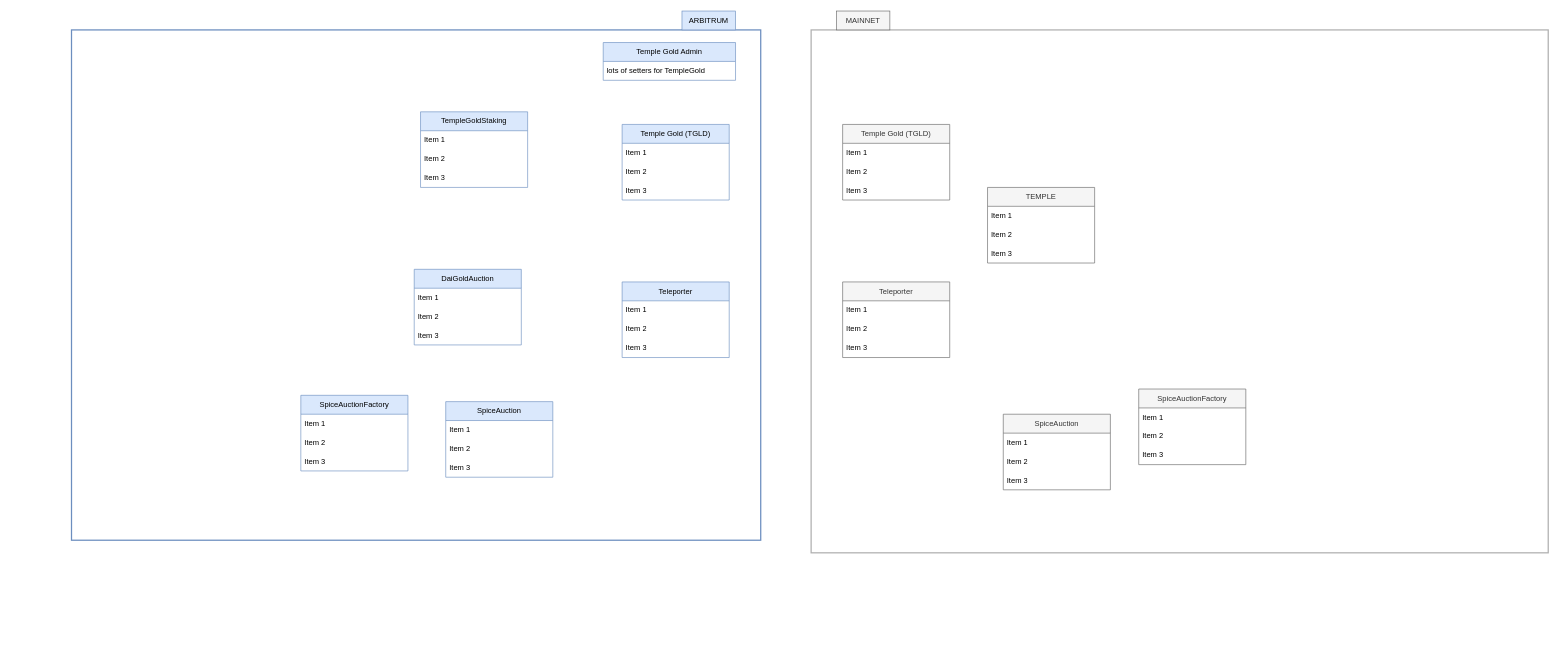
Before: solo/resources/diagrams/temple-gold.drawio in JacoboLansac/audits, a draw.io diagram. Source tidied: cells renumbered, new cells numbered last; positions are measured from the earlier drawing's top-left corner, leaving out a move shared by most shapes. Both pictures are drawn from the tidied source at 63%, with x=0, y=0 at pixel (71, 11).
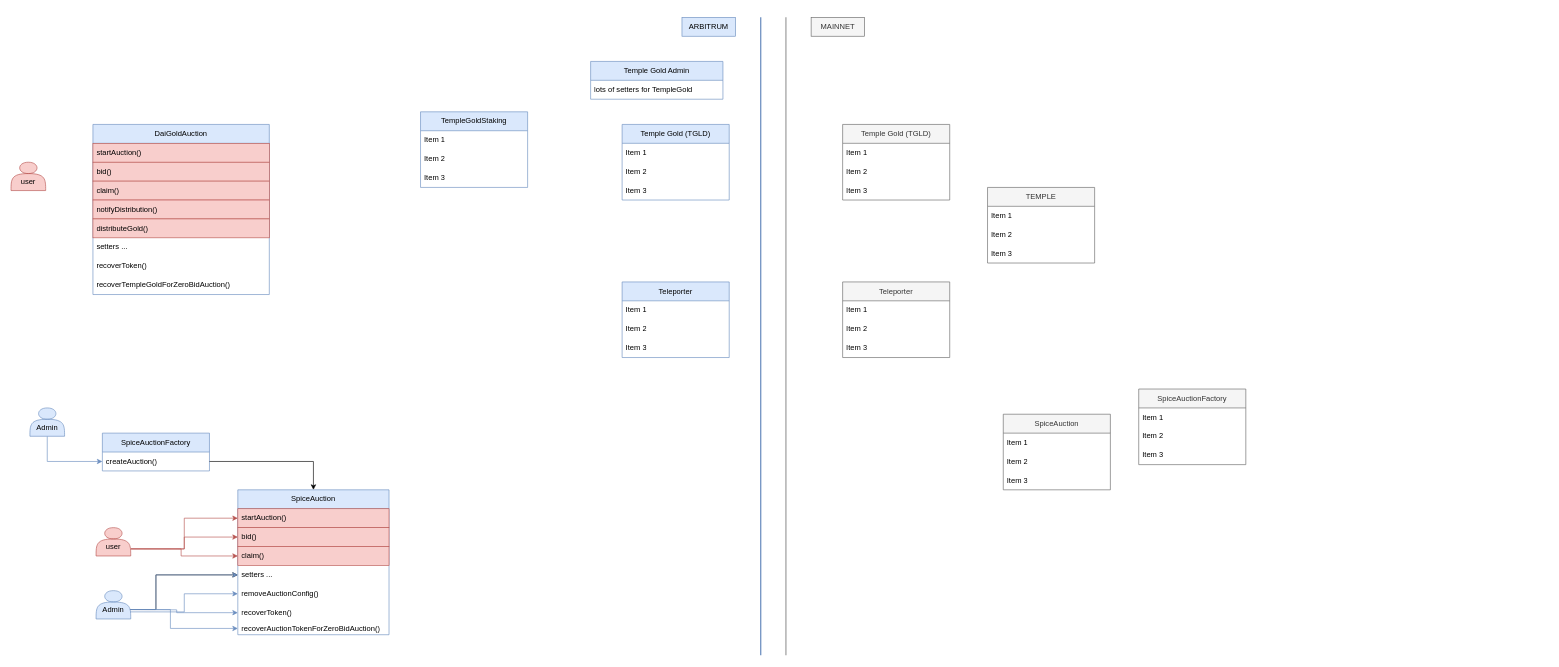
The same page after the edit.

What changed in the source:
```diff
@@
-    <mxCell id="2" style="rounded=0;whiteSpace=wrap;html=1;fillColor=none;strokeColor=#b0b0b0;fontColor=#333333;strokeWidth=2;" parent="1" vertex="1">
-      <mxGeometry x="1174" y="30" width="1170" height="830" as="geometry" />
-    </mxCell>
-    <mxCell id="3" style="rounded=0;whiteSpace=wrap;html=1;fillColor=none;strokeColor=#6c8ebf;strokeWidth=2;" parent="1" vertex="1">
-      <mxGeometry y="30" width="1094" height="810" as="geometry" />
-    </mxCell>
@@
     <mxCell id="12" value="ARBITRUM" style="text;html=1;align=center;verticalAlign=middle;whiteSpace=wrap;rounded=0;fillColor=#dae8fc;strokeColor=#6c8ebf;" parent="1" vertex="1">
-      <mxGeometry x="969" width="85" height="30" as="geometry" />
+      <mxGeometry x="969" y="10" width="85" height="30" as="geometry" />
     </mxCell>
     <mxCell id="13" value="MAINNET" style="text;html=1;align=center;verticalAlign=middle;whiteSpace=wrap;rounded=0;fillColor=#f5f5f5;strokeColor=#666666;fontColor=#333333;" parent="1" vertex="1">
-      <mxGeometry x="1214" width="85" height="30" as="geometry" />
+      <mxGeometry x="1174" y="10" width="85" height="30" as="geometry" />
     </mxCell>
@@
     <mxCell id="26" value="Temple Gold Admin" style="swimlane;fontStyle=0;horizontal=1;startSize=30;whiteSpace=wrap;html=1;fillColor=#dae8fc;strokeColor=#6c8ebf;" parent="1" vertex="1">
-      <mxGeometry x="844" y="50" width="210" height="60" as="geometry" />
+      <mxGeometry x="824" y="80" width="210" height="60" as="geometry" />
     </mxCell>
@@
     <mxCell id="28" value="DaiGoldAuction" style="swimlane;fontStyle=0;horizontal=1;startSize=30;whiteSpace=wrap;html=1;fillColor=#dae8fc;strokeColor=#6c8ebf;" parent="1" vertex="1">
-      <mxGeometry x="544" y="410" width="170" height="120" as="geometry" />
+      <mxGeometry x="34" y="180" width="280" height="270" as="geometry" />
     </mxCell>
-    <mxCell id="29" value="Item 1" style="text;strokeColor=none;fillColor=none;align=left;verticalAlign=middle;spacingLeft=4;spacingRight=4;overflow=hidden;whiteSpace=wrap;html=1;" parent="28" vertex="1">
-      <mxGeometry y="30" width="170" height="30" as="geometry" />
-    </mxCell>
-    <mxCell id="30" value="Item 2" style="text;strokeColor=none;fillColor=none;align=left;verticalAlign=middle;spacingLeft=4;spacingRight=4;overflow=hidden;whiteSpace=wrap;html=1;" parent="28" vertex="1">
-      <mxGeometry y="60" width="170" height="30" as="geometry" />
+    <mxCell id="30" value="startAuction()" style="text;strokeColor=#b85450;fillColor=#f8cecc;align=left;verticalAlign=middle;spacingLeft=4;spacingRight=4;overflow=hidden;whiteSpace=wrap;html=1;" parent="28" vertex="1">
+      <mxGeometry y="30" width="280" height="30" as="geometry" />
     </mxCell>
-    <mxCell id="31" value="Item 3" style="text;strokeColor=none;fillColor=none;align=left;verticalAlign=middle;spacingLeft=4;spacingRight=4;overflow=hidden;whiteSpace=wrap;html=1;" parent="28" vertex="1">
-      <mxGeometry y="90" width="170" height="30" as="geometry" />
+    <mxCell id="31" value="bid()" style="text;strokeColor=#b85450;fillColor=#f8cecc;align=left;verticalAlign=middle;spacingLeft=4;spacingRight=4;overflow=hidden;whiteSpace=wrap;html=1;" parent="28" vertex="1">
+      <mxGeometry y="60" width="280" height="30" as="geometry" />
     </mxCell>
+    <mxCell id="52" value="claim()" style="text;strokeColor=#b85450;fillColor=#f8cecc;align=left;verticalAlign=middle;spacingLeft=4;spacingRight=4;overflow=hidden;whiteSpace=wrap;html=1;" parent="28" vertex="1">
+      <mxGeometry y="90" width="280" height="30" as="geometry" />
+    </mxCell>
+    <mxCell id="53" value="notifyDistribution()" style="text;strokeColor=#b85450;fillColor=#f8cecc;align=left;verticalAlign=middle;spacingLeft=4;spacingRight=4;overflow=hidden;whiteSpace=wrap;html=1;" parent="28" vertex="1">
+      <mxGeometry y="120" width="280" height="30" as="geometry" />
+    </mxCell>
+    <mxCell id="54" value="distributeGold()" style="text;strokeColor=#b85450;fillColor=#f8cecc;align=left;verticalAlign=middle;spacingLeft=4;spacingRight=4;overflow=hidden;whiteSpace=wrap;html=1;" parent="28" vertex="1">
+      <mxGeometry y="150" width="280" height="30" as="geometry" />
+    </mxCell>
+    <mxCell id="29" value="setters ..." style="text;strokeColor=none;fillColor=none;align=left;verticalAlign=middle;spacingLeft=4;spacingRight=4;overflow=hidden;whiteSpace=wrap;html=1;" parent="28" vertex="1">
+      <mxGeometry y="180" width="280" height="30" as="geometry" />
+    </mxCell>
+    <mxCell id="55" value="recoverToken()" style="text;strokeColor=none;fillColor=none;align=left;verticalAlign=middle;spacingLeft=4;spacingRight=4;overflow=hidden;whiteSpace=wrap;html=1;" parent="28" vertex="1">
+      <mxGeometry y="210" width="280" height="30" as="geometry" />
+    </mxCell>
+    <mxCell id="56" value="recoverTempleGoldForZeroBidAuction()" style="text;strokeColor=none;fillColor=none;align=left;verticalAlign=middle;spacingLeft=4;spacingRight=4;overflow=hidden;whiteSpace=wrap;html=1;" parent="28" vertex="1">
+      <mxGeometry y="240" width="280" height="30" as="geometry" />
+    </mxCell>
-    <mxCell id="32" value="SpiceAuction" style="swimlane;fontStyle=0;horizontal=1;startSize=30;whiteSpace=wrap;html=1;fillColor=#dae8fc;strokeColor=#6c8ebf;" parent="1" vertex="1">
-      <mxGeometry x="594" y="620" width="170" height="120" as="geometry" />
+    <mxCell id="32" value="SpiceAuctionFactory" style="swimlane;fontStyle=0;horizontal=1;startSize=30;whiteSpace=wrap;html=1;fillColor=#dae8fc;strokeColor=#6c8ebf;" parent="1" vertex="1">
+      <mxGeometry x="49" y="670" width="170" height="60" as="geometry" />
     </mxCell>
-    <mxCell id="33" value="Item 1" style="text;strokeColor=none;fillColor=none;align=left;verticalAlign=middle;spacingLeft=4;spacingRight=4;overflow=hidden;points=[[0,0.5],[1,0.5]];portConstraint=eastwest;whiteSpace=wrap;html=1;" parent="32" vertex="1">
+    <mxCell id="33" value="createAuction()" style="text;strokeColor=none;fillColor=none;align=left;verticalAlign=middle;spacingLeft=4;spacingRight=4;overflow=hidden;points=[[0,0.5],[1,0.5]];portConstraint=eastwest;whiteSpace=wrap;html=1;" parent="32" vertex="1">
       <mxGeometry y="30" width="170" height="30" as="geometry" />
     </mxCell>
-    <mxCell id="34" value="Item 2" style="text;strokeColor=none;fillColor=none;align=left;verticalAlign=middle;spacingLeft=4;spacingRight=4;overflow=hidden;whiteSpace=wrap;html=1;" parent="32" vertex="1">
-      <mxGeometry y="60" width="170" height="30" as="geometry" />
-    </mxCell>
-    <mxCell id="35" value="Item 3" style="text;strokeColor=none;fillColor=none;align=left;verticalAlign=middle;spacingLeft=4;spacingRight=4;overflow=hidden;whiteSpace=wrap;html=1;" parent="32" vertex="1">
-      <mxGeometry y="90" width="170" height="30" as="geometry" />
-    </mxCell>
-    <mxCell id="36" value="SpiceAuctionFactory" style="swimlane;fontStyle=0;horizontal=1;startSize=30;whiteSpace=wrap;html=1;fillColor=#dae8fc;strokeColor=#6c8ebf;" parent="1" vertex="1">
-      <mxGeometry x="364" y="610" width="170" height="120" as="geometry" />
+    <mxCell id="36" value="SpiceAuction" style="swimlane;fontStyle=0;horizontal=1;startSize=30;whiteSpace=wrap;html=1;fillColor=#dae8fc;strokeColor=#6c8ebf;" parent="1" vertex="1">
+      <mxGeometry x="264" y="760" width="240" height="230" as="geometry" />
     </mxCell>
-    <mxCell id="37" value="Item 1" style="text;strokeColor=none;fillColor=none;align=left;verticalAlign=middle;spacingLeft=4;spacingRight=4;overflow=hidden;points=[[0,0.5],[1,0.5]];portConstraint=eastwest;whiteSpace=wrap;html=1;" parent="36" vertex="1">
-      <mxGeometry y="30" width="170" height="30" as="geometry" />
+    <mxCell id="37" value="startAuction()" style="text;strokeColor=#b85450;fillColor=#f8cecc;align=left;verticalAlign=middle;spacingLeft=4;spacingRight=4;overflow=hidden;points=[[0,0.5],[1,0.5]];portConstraint=eastwest;whiteSpace=wrap;html=1;" parent="36" vertex="1">
+      <mxGeometry y="30" width="240" height="30" as="geometry" />
     </mxCell>
-    <mxCell id="38" value="Item 2" style="text;strokeColor=none;fillColor=none;align=left;verticalAlign=middle;spacingLeft=4;spacingRight=4;overflow=hidden;points=[[0,0.5],[1,0.5]];portConstraint=eastwest;whiteSpace=wrap;html=1;" parent="36" vertex="1">
-      <mxGeometry y="60" width="170" height="30" as="geometry" />
+    <mxCell id="38" value="bid()" style="text;strokeColor=#b85450;fillColor=#f8cecc;align=left;verticalAlign=middle;spacingLeft=4;spacingRight=4;overflow=hidden;points=[[0,0.5],[1,0.5]];portConstraint=eastwest;whiteSpace=wrap;html=1;" parent="36" vertex="1">
+      <mxGeometry y="60" width="240" height="30" as="geometry" />
     </mxCell>
-    <mxCell id="39" value="Item 3" style="text;strokeColor=none;fillColor=none;align=left;verticalAlign=middle;spacingLeft=4;spacingRight=4;overflow=hidden;points=[[0,0.5],[1,0.5]];portConstraint=eastwest;whiteSpace=wrap;html=1;" parent="36" vertex="1">
-      <mxGeometry y="90" width="170" height="30" as="geometry" />
+    <mxCell id="39" value="claim()" style="text;strokeColor=#b85450;fillColor=#f8cecc;align=left;verticalAlign=middle;spacingLeft=4;spacingRight=4;overflow=hidden;points=[[0,0.5],[1,0.5]];portConstraint=eastwest;whiteSpace=wrap;html=1;" parent="36" vertex="1">
+      <mxGeometry y="90" width="240" height="30" as="geometry" />
     </mxCell>
+    <mxCell id="57" value="setters ..." style="text;strokeColor=none;fillColor=none;align=left;verticalAlign=middle;spacingLeft=4;spacingRight=4;overflow=hidden;points=[[0,0.5],[1,0.5]];portConstraint=eastwest;whiteSpace=wrap;html=1;" parent="36" vertex="1">
+      <mxGeometry y="120" width="240" height="30" as="geometry" />
+    </mxCell>
+    <mxCell id="58" value="removeAuctionConfig()" style="text;strokeColor=none;fillColor=none;align=left;verticalAlign=middle;spacingLeft=4;spacingRight=4;overflow=hidden;points=[[0,0.5],[1,0.5]];portConstraint=eastwest;whiteSpace=wrap;html=1;" parent="36" vertex="1">
+      <mxGeometry y="150" width="240" height="30" as="geometry" />
+    </mxCell>
+    <mxCell id="59" value="recoverToken()" style="text;strokeColor=none;fillColor=none;align=left;verticalAlign=middle;spacingLeft=4;spacingRight=4;overflow=hidden;points=[[0,0.5],[1,0.5]];portConstraint=eastwest;whiteSpace=wrap;html=1;" parent="36" vertex="1">
+      <mxGeometry y="180" width="240" height="30" as="geometry" />
+    </mxCell>
+    <mxCell id="60" value="recoverAuctionTokenForZeroBidAuction()" style="text;strokeColor=none;fillColor=none;align=left;verticalAlign=middle;spacingLeft=4;spacingRight=4;overflow=hidden;points=[[0,0.5],[1,0.5]];portConstraint=eastwest;whiteSpace=wrap;html=1;" parent="36" vertex="1">
+      <mxGeometry y="210" width="240" height="20" as="geometry" />
+    </mxCell>
@@
+    <mxCell id="61" style="edgeStyle=orthogonalEdgeStyle;rounded=0;jettySize=auto;html=1;exitX=0.5;exitY=0.5;exitDx=0;exitDy=0;exitPerimeter=0;entryX=0;entryY=0.5;entryDx=0;entryDy=0;" parent="1" edge="1" target="57">
+      <mxGeometry relative="1" as="geometry">
+        <mxPoint x="69" y="950" as="sourcePoint" />
+        <Array as="points">
+          <mxPoint x="134" y="950" />
+          <mxPoint x="134" y="895" />
+        </Array>
+      </mxGeometry>
+    </mxCell>
+    <mxCell id="62" style="edgeStyle=orthogonalEdgeStyle;rounded=0;jettySize=auto;html=1;exitX=1;exitY=0.75;exitDx=0;exitDy=0;fillColor=#dae8fc;strokeColor=#6c8ebf;" parent="1" edge="1" source="74" target="58">
+      <mxGeometry relative="1" as="geometry" />
+    </mxCell>
+    <mxCell id="63" style="edgeStyle=orthogonalEdgeStyle;rounded=0;jettySize=auto;html=1;exitX=0.5;exitY=0.5;exitDx=0;exitDy=0;exitPerimeter=0;entryX=0;entryY=0.5;entryDx=0;entryDy=0;fillColor=#dae8fc;strokeColor=#6c8ebf;" parent="1" edge="1" target="59">
+      <mxGeometry relative="1" as="geometry">
+        <mxPoint x="69" y="950" as="sourcePoint" />
+      </mxGeometry>
+    </mxCell>
+    <mxCell id="64" style="edgeStyle=orthogonalEdgeStyle;rounded=0;jettySize=auto;html=1;exitX=1;exitY=0.75;exitDx=0;exitDy=0;fillColor=#dae8fc;strokeColor=#6c8ebf;" parent="1" edge="1" source="74" target="60">
+      <mxGeometry relative="1" as="geometry">
+        <Array as="points">
+          <mxPoint x="49" y="950" />
+          <mxPoint x="157" y="950" />
+          <mxPoint x="157" y="980" />
+        </Array>
+      </mxGeometry>
+    </mxCell>
+    <mxCell id="65" style="edgeStyle=orthogonalEdgeStyle;rounded=0;jettySize=auto;html=1;exitX=1;exitY=0.75;exitDx=0;exitDy=0;fillColor=#f8cecc;strokeColor=#b85450;" parent="1" edge="1" source="75" target="37">
+      <mxGeometry relative="1" as="geometry" />
+    </mxCell>
+    <mxCell id="66" style="edgeStyle=orthogonalEdgeStyle;rounded=0;jettySize=auto;html=1;exitX=1;exitY=0.75;exitDx=0;exitDy=0;entryX=0;entryY=0.5;entryDx=0;entryDy=0;fillColor=#f8cecc;strokeColor=#b85450;" parent="1" edge="1" source="75" target="38">
+      <mxGeometry relative="1" as="geometry" />
+    </mxCell>
+    <mxCell id="67" style="edgeStyle=orthogonalEdgeStyle;rounded=0;jettySize=auto;html=1;exitX=1;exitY=0.75;exitDx=0;exitDy=0;entryX=0;entryY=0.5;entryDx=0;entryDy=0;fillColor=#f8cecc;strokeColor=#b85450;" parent="1" edge="1" source="75" target="39">
+      <mxGeometry relative="1" as="geometry">
+        <Array as="points">
+          <mxPoint x="174" y="854" />
+          <mxPoint x="174" y="865" />
+        </Array>
+      </mxGeometry>
+    </mxCell>
+    <mxCell id="68" style="endArrow=none;html=1;rounded=0;fillColor=#dae8fc;strokeColor=#6c8ebf;strokeWidth=2;" parent="1" edge="1">
+      <mxGeometry relative="1" as="geometry">
+        <mxPoint x="1094" y="1022.6" as="sourcePoint" />
+        <mxPoint x="1094" y="10" as="targetPoint" />
+      </mxGeometry>
+    </mxCell>
+    <mxCell id="69" style="endArrow=none;html=1;rounded=0;fillColor=#f5f5f5;strokeColor=#A1A1A1;strokeWidth=2;" parent="1" edge="1">
+      <mxGeometry relative="1" as="geometry">
+        <mxPoint x="1134" y="1022.6" as="sourcePoint" />
+        <mxPoint x="1134" y="10" as="targetPoint" />
+      </mxGeometry>
+    </mxCell>
+    <mxCell id="70" style="edgeStyle=orthogonalEdgeStyle;rounded=0;jettySize=auto;html=1;exitX=1;exitY=0.75;exitDx=0;exitDy=0;entryX=0;entryY=0.5;entryDx=0;entryDy=0;fillColor=#dae8fc;strokeColor=#6c8ebf;" parent="1" edge="1" source="74" target="57">
+      <mxGeometry relative="1" as="geometry">
+        <Array as="points">
+          <mxPoint x="49" y="950" />
+          <mxPoint x="134" y="950" />
+          <mxPoint x="134" y="895" />
+        </Array>
+      </mxGeometry>
+    </mxCell>
+    <mxCell id="71" style="edgeStyle=orthogonalEdgeStyle;rounded=0;jettySize=auto;html=1;exitX=0.5;exitY=1;exitDx=0;exitDy=0;fillColor=#dae8fc;strokeColor=#6c8ebf;" parent="1" edge="1" source="73" target="33">
+      <mxGeometry relative="1" as="geometry" />
+    </mxCell>
+    <mxCell id="72" style="edgeStyle=orthogonalEdgeStyle;rounded=0;jettySize=auto;html=1;exitX=1;exitY=0.5;exitDx=0;exitDy=0;entryX=0.5;entryY=0;entryDx=0;entryDy=0;" parent="1" edge="1" source="33" target="36">
+      <mxGeometry relative="1" as="geometry" />
+    </mxCell>
+    <mxCell id="73" value="&lt;div&gt;&lt;br&gt;&lt;/div&gt;&lt;div&gt;Admin&lt;/div&gt;" style="shape=actor;whiteSpace=wrap;html=1;fillColor=#dae8fc;strokeColor=#6c8ebf;" parent="1" vertex="1">
+      <mxGeometry x="-66" y="630" width="55" height="45" as="geometry" />
+    </mxCell>
+    <mxCell id="74" value="&lt;div&gt;&lt;br&gt;&lt;/div&gt;&lt;div&gt;Admin&lt;/div&gt;" style="shape=actor;whiteSpace=wrap;html=1;fillColor=#dae8fc;strokeColor=#6c8ebf;" parent="1" vertex="1">
+      <mxGeometry x="39" y="920" width="55" height="45" as="geometry" />
+    </mxCell>
+    <mxCell id="75" value="&lt;div&gt;&lt;br&gt;&lt;/div&gt;&lt;div&gt;user&lt;/div&gt;" style="shape=actor;whiteSpace=wrap;html=1;fillColor=#f8cecc;strokeColor=#b85450;" parent="1" vertex="1">
+      <mxGeometry x="39" y="820" width="55" height="45" as="geometry" />
+    </mxCell>
+    <mxCell id="76" value="&lt;div&gt;&lt;br&gt;&lt;/div&gt;&lt;div&gt;user&lt;/div&gt;" style="shape=actor;whiteSpace=wrap;html=1;fillColor=#f8cecc;strokeColor=#b85450;" parent="1" vertex="1">
+      <mxGeometry x="-96" y="240" width="55" height="45" as="geometry" />
+    </mxCell>
```
